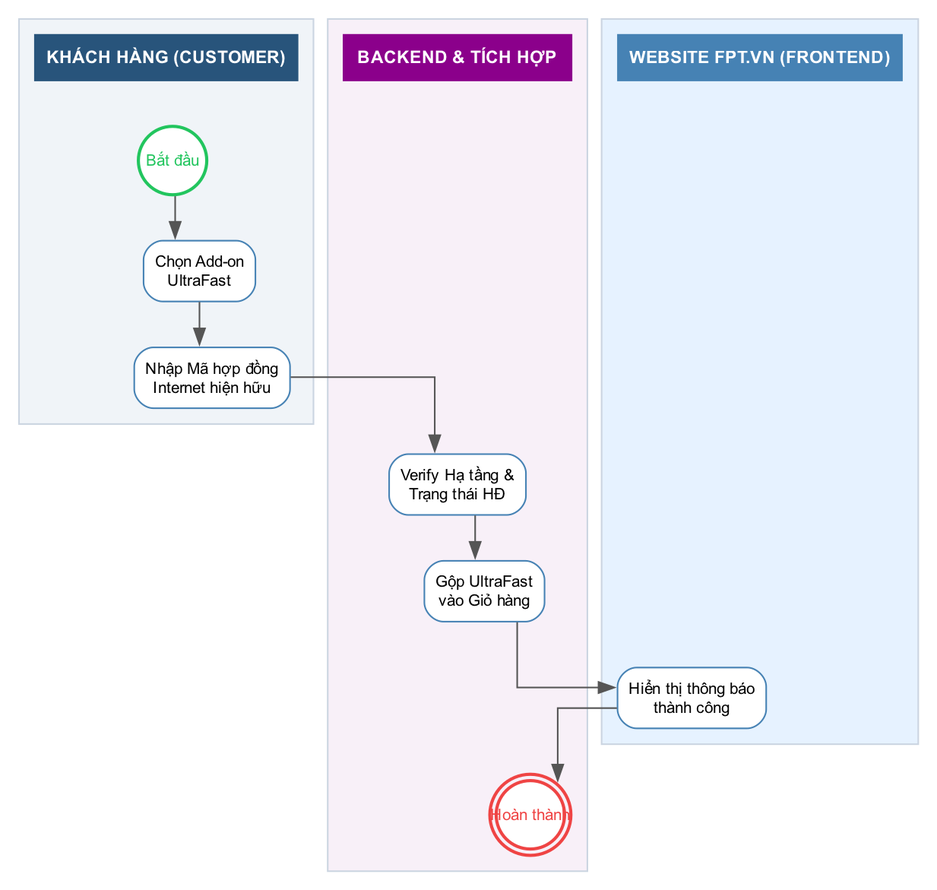
The Graphviz diagram diagrams/bpmn_fr06_ultrafast.png in hathuy2706-BA/FPT, before a commit. Its source is kept beside it as diagrams/bpmn_fr06_ultrafast.dot.
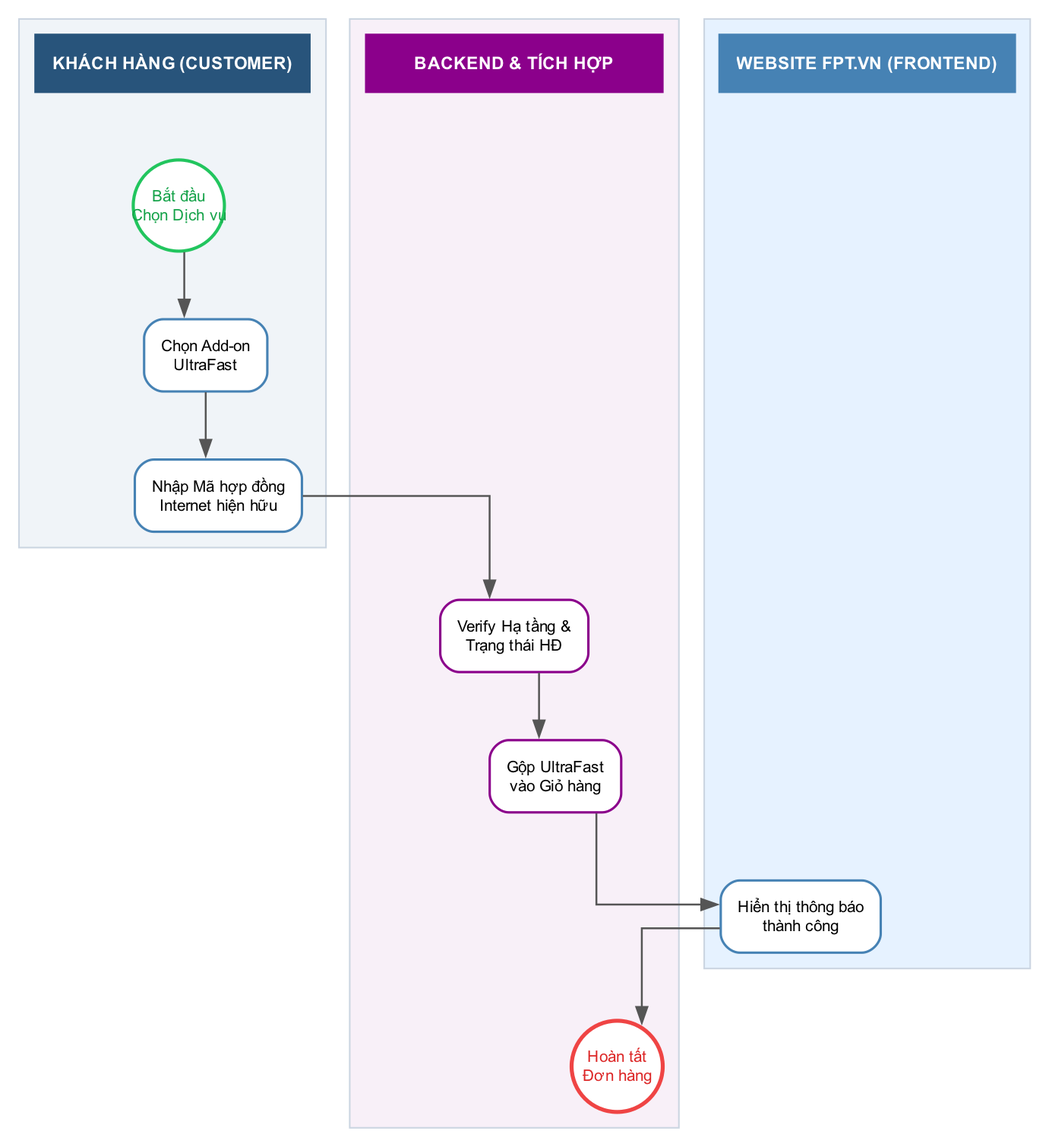
After the commit.

What changed in the source:
```diff
@@ -2,35 +2,35 @@
 
     rankdir=TB;
     splines=ortho;
-    nodesep=0.4;
-    ranksep=0.4;
+    nodesep=0.5;
+    ranksep=0.6;
     newrank=true;
     compound=true;
     fontname="Arial";
 
-    node [fontname="Arial", fontsize=10, shape=box, style="rounded,filled", fillcolor="white", color="#4682B4", penwidth=1.0, margin=0.1];
-    edge [fontname="Arial", fontsize=9, color="#555555", penwidth=1.0];
+    node [fontname="Arial", fontsize=10, shape=box, style="rounded,filled", fillcolor="white", color="#4682B4", penwidth=1.5, margin=0.15];
+    edge [fontname="Arial", fontsize=9, color="#555555", penwidth=1.2];
 
     subgraph cluster_customer {
         style=filled; color="#CBD5E1"; fillcolor="#F0F4F8"; penwidth=1; label=""; margin=10;
-        h_cust [label="KHÁCH HÀNG (CUSTOMER)", shape=box, style="filled", fillcolor="#28547B", color="#28547B", fontcolor="white", fontsize=11, fontname="Arial bold", width=2.0, height=0.4, fixedsize=false];
-        start [label="Bắt đầu", shape=circle, style="filled", fillcolor="white", color="#22C55E", fontcolor="#22C55E", penwidth=2, width=0.6, fixedsize=true];
+        h_cust [label="KHÁCH HÀNG (CUSTOMER)", shape=box, style="filled", fillcolor="#28547B", color="#28547B", fontcolor="white", fontsize=11, fontname="Arial bold", width=2.4, height=0.5, fixedsize=false];
+        start [label="Bắt đầu\nChọn Dịch vụ", shape=circle, style="filled,bold", fillcolor="white", color="#22C55E", fontcolor="#16A34A", penwidth=2, width=0.8, fixedsize=true];
         select_addon [label="Chọn Add-on\nUltraFast"];
         link_contract [label="Nhập Mã hợp đồng\nInternet hiện hữu"];
         h_cust -> start [style=invis];
     }
     subgraph cluster_fe {
         style=filled; color="#CBD5E1"; fillcolor="#E6F2FF"; penwidth=1; label=""; margin=10;
-        h_fe [label="WEBSITE FPT.VN (FRONTEND)", shape=box, style="filled", fillcolor="#4682B4", color="#4682B4", fontcolor="white", fontsize=11, fontname="Arial bold", width=2.0, height=0.4, fixedsize=false];
+        h_fe [label="WEBSITE FPT.VN (FRONTEND)", shape=box, style="filled", fillcolor="#4682B4", color="#4682B4", fontcolor="white", fontsize=11, fontname="Arial bold", width=2.4, height=0.5, fixedsize=false];
         display_success [label="Hiển thị thông báo\nthành công"];
         h_fe -> display_success [style=invis];
     }
     subgraph cluster_be {
         style=filled; color="#CBD5E1"; fillcolor="#F8F0F8"; penwidth=1; label=""; margin=10;
-        h_be [label="BACKEND & TÍCH HỢP", shape=box, style="filled", fillcolor="#8B008B", color="#8B008B", fontcolor="white", fontsize=11, fontname="Arial bold", width=2.0, height=0.4, fixedsize=false];
-        verify_contract [label="Verify Hạ tầng &\nTrạng thái HĐ"];
-        bind_addon [label="Gộp UltraFast\nvào Giỏ hàng"];
-        end [label="Hoàn thành", shape=doublecircle, style="filled", fillcolor="white", color="#EF4444", fontcolor="#EF4444", penwidth=2, width=0.6, fixedsize=true];
+        h_be [label="BACKEND & TÍCH HỢP", shape=box, style="filled", fillcolor="#8B008B", color="#8B008B", fontcolor="white", fontsize=11, fontname="Arial bold", width=2.6, height=0.5, fixedsize=false];
+        verify_contract [label="Verify Hạ tầng &\nTrạng thái HĐ", color="#8B008B"];
+        bind_addon [label="Gộp UltraFast\nvào Giỏ hàng", color="#8B008B"];
+        end [label="Hoàn tất\nĐơn hàng", shape=circle, style="filled,bold", fillcolor="white", color="#EF4444", fontcolor="#DC2626", penwidth=2.5, width=0.8, fixedsize=true];
         h_be -> verify_contract [style=invis];
     }
     { rank=same; h_cust; h_fe; h_be; }
```
